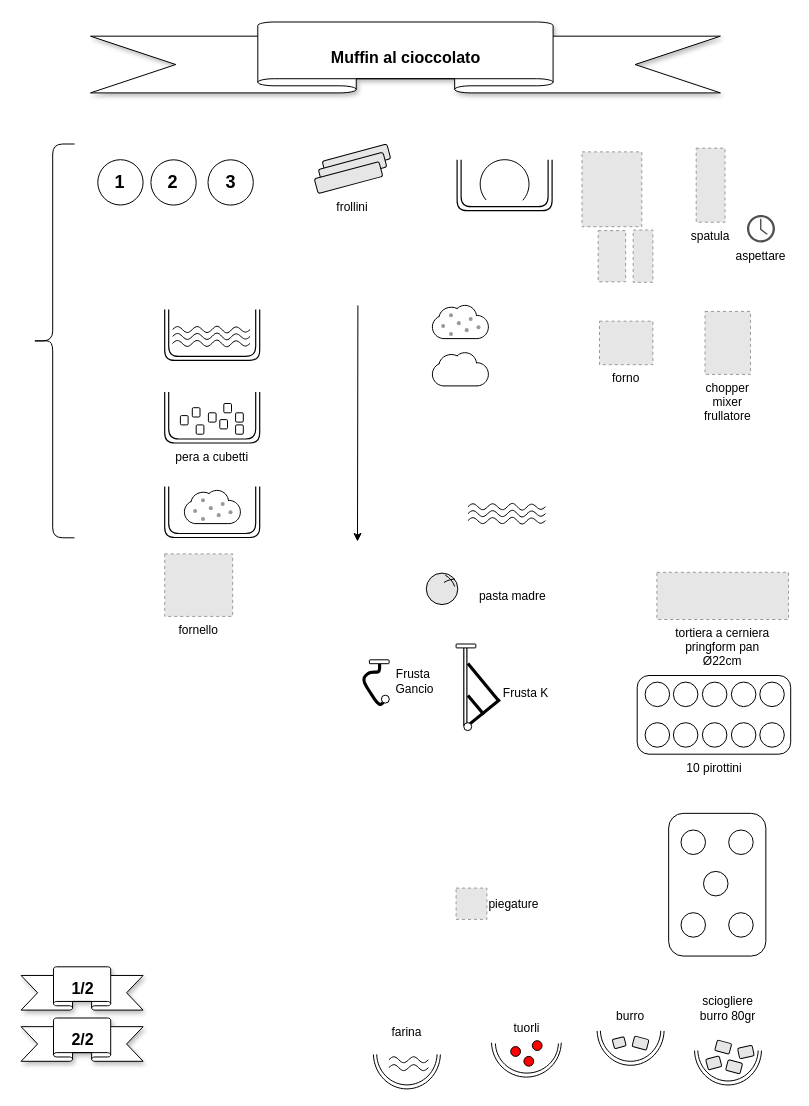
Earlier version of the draw.io diagram shapes.drawio (nicolgit/drawio-cooking-shapes). Source tidied: cells renumbered, new cells numbered last; positions are measured from the earlier drawing's top-left corner, leaving out a move shared by most shapes. Both pictures are drawn from the tidied source at 100%, with x=0, y=0 at pixel (21, 21). Pictures stored in the file or linked from it are replaced by grey dashed boxes.
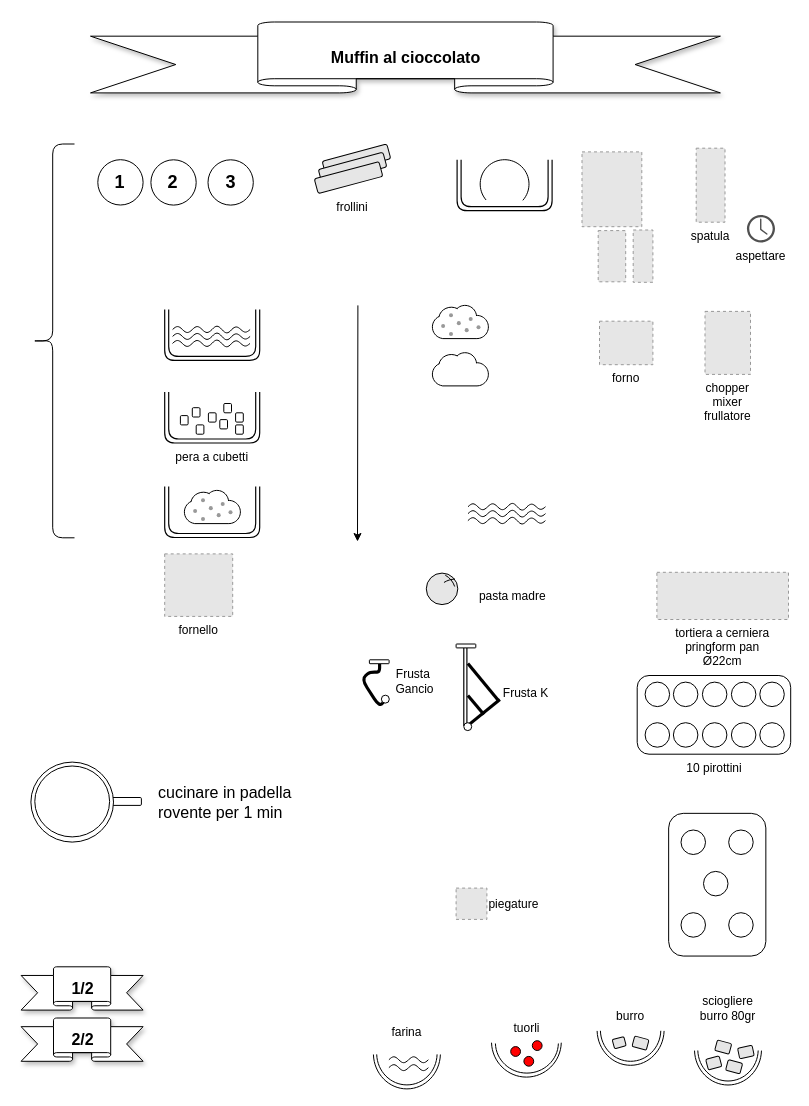
The same diagram, later.

Diff of the diagram source:
```diff
@@
+    <mxCell id="181" style="group;" parent="1" vertex="1">
+      <mxGeometry x="9.4" y="740.6" width="110.5" height="80" as="geometry" />
+    </mxCell>
+    <mxCell id="182" style="rounded=1;whiteSpace=wrap;html=1;" parent="181" vertex="1">
+      <mxGeometry x="66.9" y="35.4" width="43.6" height="7.9" as="geometry" />
+    </mxCell>
+    <mxCell id="183" style="ellipse;whiteSpace=wrap;html=1;shapeInside=1;" parent="181" vertex="1">
+      <mxGeometry width="82.6" height="80" as="geometry" />
+    </mxCell>
+    <mxCell id="184" style="ellipse;whiteSpace=wrap;html=1;shapeInside=1;" parent="181" vertex="1">
+      <mxGeometry x="3.9" y="3.9" width="74.8" height="70.9" as="geometry" />
+    </mxCell>
+    <mxCell id="185" value="cucinare in padella rovente per 1 min" style="text;strokeColor=none;fillColor=none;html=1;align=left;verticalAlign=middle;whiteSpace=wrap;rounded=0;fontSize=16;" parent="1" vertex="1">
+      <mxGeometry x="135.3" y="765.6" width="169.3" height="30" as="geometry" />
+    </mxCell>
```
